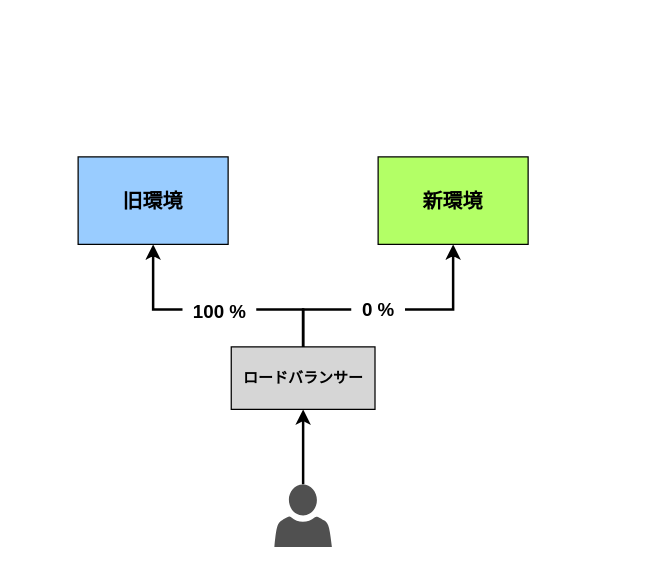
Above: page "canary-release_1" (1 of 12) of images/drawio/istio/upgrade_istio.drawio in hiroki-it/tech-notebook_old (draw.io), before the change. Source tidied: cells renumbered, new cells numbered last; positions are measured from the earlier drawing's top-left corner, leaving out a move shared by most shapes. Both pictures are drawn from the tidied source at 125%, with x=0, y=0 at pixel (21, 21).
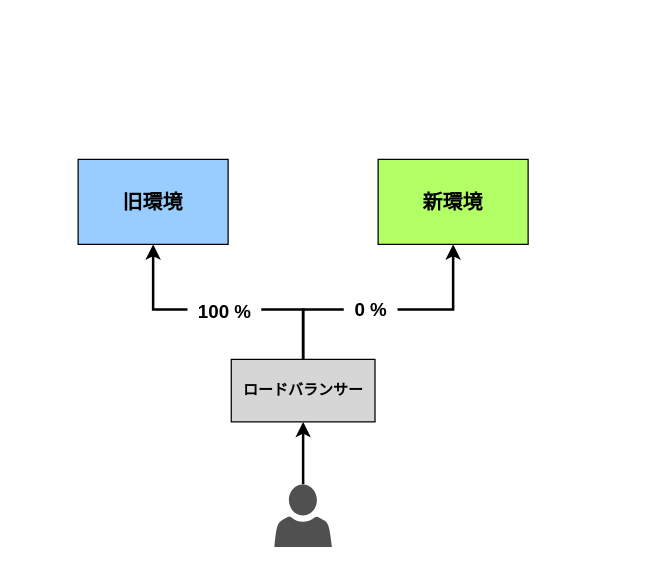
Above is the later version.

The edit, as a diff of the source:
```diff
@@
 <mxGraphModel>
   <root>
     <mxCell id="0" />
     <mxCell id="1" parent="0" />
-    <mxCell id="2" value="&lt;b&gt;ロードバランサー&lt;/b&gt;" style="rounded=0;whiteSpace=wrap;html=1;fillColor=#D6D6D6;gradientColor=none;" parent="1" vertex="1">
-      <mxGeometry x="167.5" y="260" width="115" height="50" as="geometry" />
+    <mxCell id="2" value="&lt;b&gt;ロードバランサー&lt;br&gt;&lt;/b&gt;" style="rounded=0;whiteSpace=wrap;html=1;fillColor=#D6D6D6;gradientColor=none;" parent="1" vertex="1">
+      <mxGeometry x="167.5" y="270" width="115" height="50" as="geometry" />
     </mxCell>
-    <mxCell id="3" style="group;fillColor=none;" parent="1" vertex="1">
-      <mxGeometry width="216.1" height="90" as="geometry" />
-    </mxCell>
-    <mxCell id="4" value="&lt;span style=&quot;font-size: 16px;&quot;&gt;&lt;b&gt;旧環境&lt;/b&gt;&lt;/span&gt;" style="text;html=1;strokeColor=default;fillColor=#99CCFF;align=center;verticalAlign=middle;whiteSpace=wrap;rounded=0;" parent="3" vertex="1">
-      <mxGeometry x="45" y="108" width="120" height="70" as="geometry" />
-    </mxCell>
-    <mxCell id="5" style="group;" parent="1" vertex="1">
-      <mxGeometry x="275" y="88" width="210.1" height="90" as="geometry" />
-    </mxCell>
+    <mxCell id="13" style="group;" parent="1" vertex="1">
+      <mxGeometry x="285" y="110" width="120" height="68" as="geometry" />
+    </mxCell>
-    <mxCell id="6" value="&lt;span style=&quot;font-size: 16px;&quot;&gt;&lt;b&gt;新環境&lt;/b&gt;&lt;/span&gt;" style="text;html=1;strokeColor=default;fillColor=#B3FF66;align=center;verticalAlign=middle;whiteSpace=wrap;rounded=0;" parent="5" vertex="1">
-      <mxGeometry x="10" y="20" width="120" height="70" as="geometry" />
+    <mxCell id="6" value="&lt;span style=&quot;font-size: 16px;&quot;&gt;&lt;b&gt;新環境&lt;/b&gt;&lt;/span&gt;" style="text;html=1;strokeColor=default;fillColor=#B3FF66;align=center;verticalAlign=middle;whiteSpace=wrap;rounded=0;" parent="13" vertex="1">
+      <mxGeometry width="120" height="68" as="geometry" />
     </mxCell>
     <mxCell id="7" style="edgeStyle=orthogonalEdgeStyle;rounded=0;jettySize=auto;html=1;strokeWidth=2;entryX=0.5;entryY=1;entryDx=0;entryDy=0;" parent="1" edge="1" source="9" target="2">
       <mxGeometry relative="1" as="geometry" />
     </mxCell>
     <mxCell id="8" value="&lt;b&gt;&lt;font style=&quot;font-size: 15px;&quot;&gt;&amp;nbsp; 0 %&amp;nbsp;&amp;nbsp;&lt;/font&gt;&lt;/b&gt;" style="edgeStyle=orthogonalEdgeStyle;rounded=0;jettySize=auto;html=1;entryX=0.5;entryY=1;entryDx=0;entryDy=0;strokeWidth=2;exitX=0.5;exitY=0;exitDx=0;exitDy=0;" parent="1" edge="1" source="2" target="6">
       <mxGeometry x="-0.11" relative="1" as="geometry">
         <Array as="points">
           <mxPoint x="225" y="230" />
           <mxPoint x="345" y="230" />
         </Array>
       </mxGeometry>
     </mxCell>
     <mxCell id="9" style="sketch=0;shadow=0;dashed=0;html=1;strokeColor=none;fillColor=#505050;labelPosition=center;verticalLabelPosition=bottom;verticalAlign=top;outlineConnect=0;align=center;shape=mxgraph.office.users.user;rounded=0;glass=0;labelBackgroundColor=none;strokeWidth=2;" parent="1" vertex="1">
       <mxGeometry x="202" y="370" width="46" height="50" as="geometry" />
     </mxCell>
-    <mxCell id="10" style="edgeStyle=orthogonalEdgeStyle;rounded=0;jettySize=auto;html=1;strokeWidth=2;exitX=0.5;exitY=0;exitDx=0;exitDy=0;entryX=0.5;entryY=1;entryDx=0;entryDy=0;" parent="1" edge="1" source="2" target="4">
-      <mxGeometry relative="1" as="geometry">
-        <Array as="points">
-          <mxPoint x="225" y="230" />
-          <mxPoint x="105" y="230" />
-        </Array>
-      </mxGeometry>
-    </mxCell>
+    <mxCell id="14" style="edgeStyle=orthogonalEdgeStyle;rounded=0;jettySize=auto;html=1;strokeWidth=2;exitX=0.5;exitY=0;exitDx=0;exitDy=0;entryX=0.5;entryY=1;entryDx=0;entryDy=0;" parent="1" edge="1" source="2">
+      <mxGeometry relative="1" as="geometry">
+        <mxPoint x="105" y="178" as="targetPoint" />
+        <Array as="points">
+          <mxPoint x="225" y="230" />
+          <mxPoint x="105" y="230" />
+        </Array>
+      </mxGeometry>
+    </mxCell>
-    <mxCell id="11" value="&lt;font style=&quot;font-size: 15px;&quot;&gt;&amp;nbsp; 100 %&amp;nbsp;&amp;nbsp;&lt;/font&gt;" style="edgeLabel;html=1;align=center;verticalAlign=middle;fontSize=14;fontStyle=1;" parent="10" vertex="1">
+    <mxCell id="11" value="&lt;font style=&quot;font-size: 15px;&quot;&gt;&amp;nbsp; 100 %&amp;nbsp;&amp;nbsp;&lt;/font&gt;" style="edgeLabel;html=1;align=center;verticalAlign=middle;fontSize=14;fontStyle=1;" parent="14" vertex="1">
       <mxGeometry x="0.13" y="1" relative="1" as="geometry">
         <mxPoint x="16" y="-1" as="offset" />
       </mxGeometry>
     </mxCell>
-    <mxCell id="12" style="edgeStyle=none;rounded=0;jumpStyle=none;orthogonalLoop=1;jettySize=auto;html=1;shadow=0;dashed=1;dashPattern=1 2;strokeColor=#66B2FF;strokeWidth=3;startArrow=none;startFill=0;endArrow=none;endFill=0;entryX=0.5;entryY=1;entryDx=0;entryDy=0;" parent="1" edge="1">
-      <mxGeometry relative="1" as="geometry">
-        <mxPoint x="225.1" y="396" as="sourcePoint" />
-        <mxPoint x="225.1" y="396" as="targetPoint" />
-      </mxGeometry>
-    </mxCell>
+    <mxCell id="15" style="edgeStyle=none;rounded=0;jumpStyle=none;orthogonalLoop=1;jettySize=auto;html=1;shadow=0;dashed=1;dashPattern=1 2;strokeColor=#66B2FF;strokeWidth=3;startArrow=none;startFill=0;endArrow=none;endFill=0;entryX=0.5;entryY=1;entryDx=0;entryDy=0;" parent="1" edge="1">
+      <mxGeometry relative="1" as="geometry">
+        <mxPoint x="225.1" y="396" as="sourcePoint" />
+        <mxPoint x="225.1" y="396" as="targetPoint" />
+      </mxGeometry>
+    </mxCell>
+    <mxCell id="16" style="group;fillColor=none;" parent="1" vertex="1">
+      <mxGeometry x="45" y="110" width="120" height="68" as="geometry" />
+    </mxCell>
+    <mxCell id="4" value="&lt;span style=&quot;font-size: 16px;&quot;&gt;&lt;b&gt;旧環境&lt;/b&gt;&lt;/span&gt;" style="text;html=1;strokeColor=default;fillColor=#99CCFF;align=center;verticalAlign=middle;whiteSpace=wrap;rounded=0;" parent="16" vertex="1">
+      <mxGeometry width="120" height="68" as="geometry" />
+    </mxCell>
   </root>
 </mxGraphModel>
```
